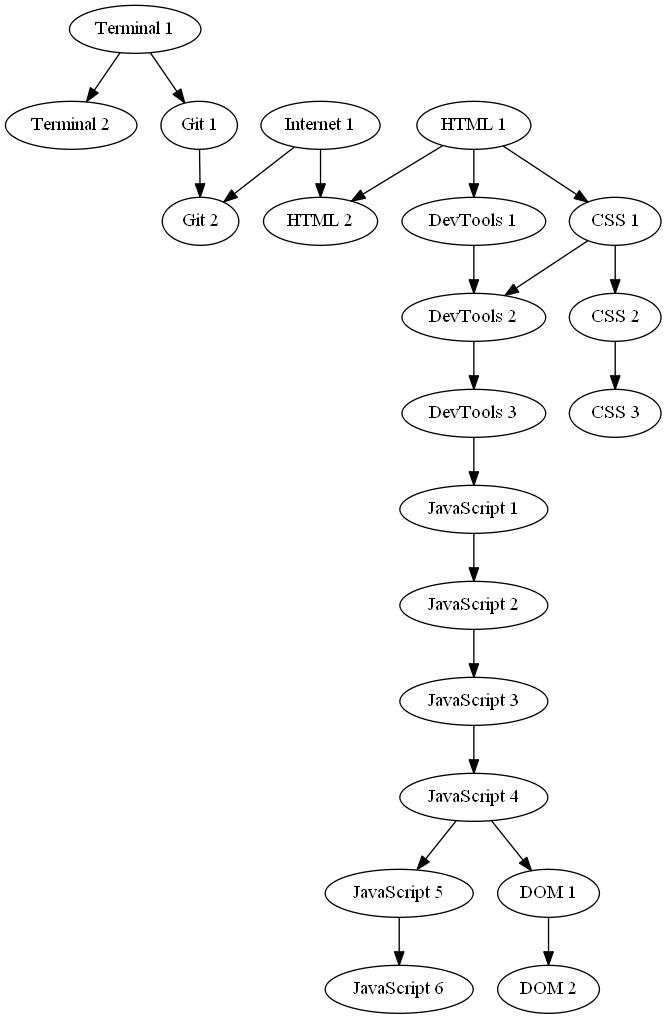
This is modules.png from Codaisseur/BB-Projects, a Graphviz export, as it was before one commit. Its source is kept beside it as modules.dot.
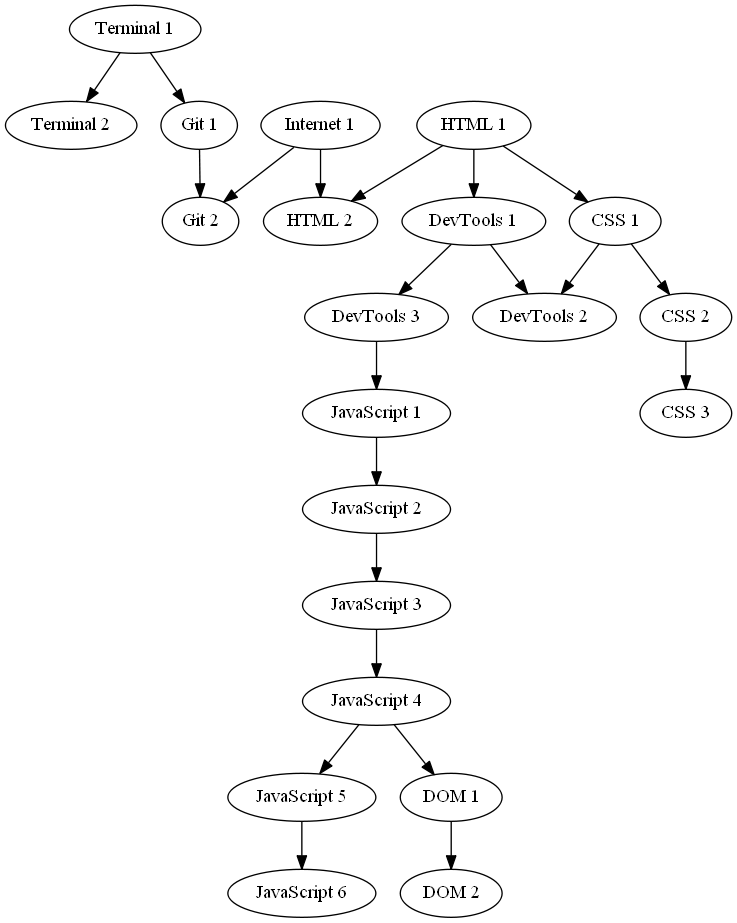
Above is the later version.

Commit message:
Changes DT 3 to not depend on DT 2

What changed in the source:
```diff
@@ -7,7 +7,7 @@
     "HTML 1"->"HTML 2"
     "HTML 1"->"DevTools 1"
     "DevTools 1"->"DevTools 2"
-    "DevTools 2"->"DevTools 3"
+    "DevTools 1"->"DevTools 3"
     "HTML 1"->"CSS 1"
     "CSS 1"->"CSS 2"
     "CSS 2"->"CSS 3"
```
